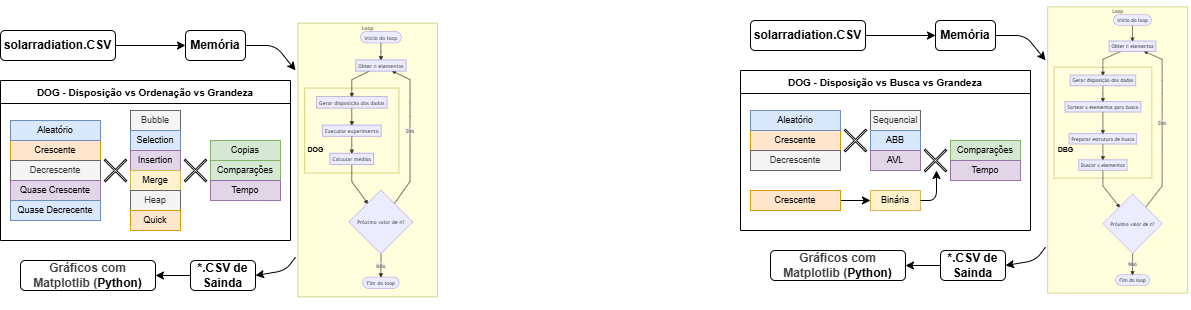
Above: fluxograma_metodologia.drawio.png in Marina-MS20/EDI-2026.1 (draw.io), before the change. Source tidied: cells renumbered, new cells last; positions are measured from the earlier drawing's top-left corner, leaving out a move shared by most shapes.
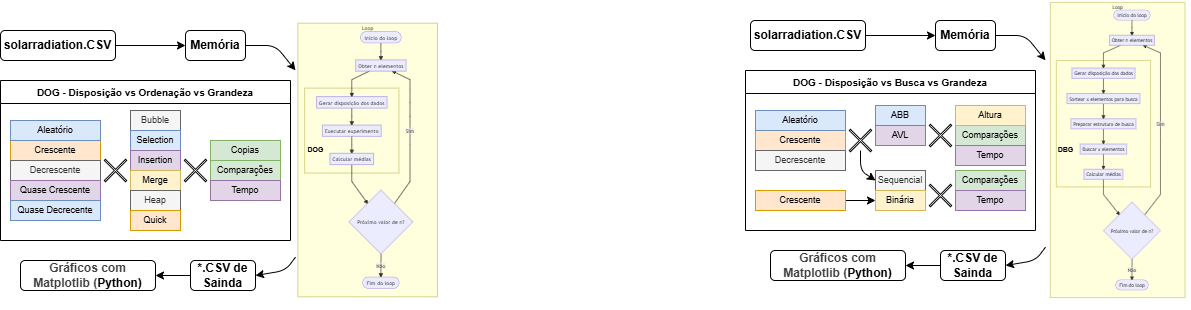
The same file after the commit.

Diff of the diagram source:
```diff
@@ -114,7 +114,7 @@
         </Array>
       </mxGeometry>
     </mxCell>
-    <mxCell id="34" value="flowchart TD&#10;&#10;subgraph Loop&#10;    direction TB&#10;&#10;    A([Início do loop]) --&gt; B[Obter n elementos]&#10;&#10;    subgraph .&#10;        direction LR&#10;        C[Gerar disposição dos dados]&#10;        --&gt; D[Sortear x elementos para busca]&#10;        --&gt; E[Preparar estrutura de busca]&#10;        --&gt; H[Buscar x elementos]&#10;    end&#10;&#10;    B --&gt; C&#10;&#10;    H --&gt; F{Próximo valor de n?}&#10;    F -- Sim --&gt; B&#10;    F -- Não --&gt; G([Fim do loop])&#10;&#10;end&#10;&#10;%% Definição do estilo de negrito&#10;style A font-weight:bold&#10;style B font-weight:bold&#10;style C font-weight:bold&#10;style D font-weight:bold&#10;style E font-weight:bold&#10;style H font-weight:bold&#10;style F font-weight:bold&#10;style G font-weight:bold" style="shadow=0;dashed=0;align=left;strokeWidth=1;shape=mxgraph.mermaid.abstract.mermaid;labelBackgroundColor=#ffffff;noLabel=1;theme=default;" parent="1" vertex="1">
+    <mxCell id="34" value="flowchart TD&#10;&#10;subgraph Loop&#10;    direction TB&#10;&#10;    A([Início do loop]) --&gt; B[Obter n elementos]&#10;&#10;    subgraph .&#10;        direction LR&#10;        C[Gerar disposição dos dados]&#10;        --&gt; D[Sortear x elementos para busca]&#10;        --&gt; E[Preparar estrutura de busca]&#10;        --&gt; H[Buscar x elementos]&#10;    H --&gt; I[Calcular médias]&#10;    end&#10;&#10;    B --&gt; C&#10;&#10;    I --&gt; F{Próximo valor de n?}&#10;&#10;    F -- Sim --&gt; B&#10;    F -- Não --&gt; G([Fim do loop])&#10;&#10;end&#10;&#10;%% Definição do estilo de negrito&#10;style A font-weight:bold&#10;style B font-weight:bold&#10;style C font-weight:bold&#10;style D font-weight:bold&#10;style E font-weight:bold&#10;style H font-weight:bold&#10;style I font-weight:bold&#10;style F font-weight:bold&#10;style G font-weight:bold" style="shadow=0;dashed=0;align=left;strokeWidth=1;shape=mxgraph.mermaid.abstract.mermaid;labelBackgroundColor=#ffffff;noLabel=1;theme=default;" parent="1" vertex="1">
       <mxGeometry x="1045" width="145" height="300" as="geometry" />
     </mxCell>
     <mxCell id="35" style="edgeStyle=none;html=1;entryX=1;entryY=0.5;entryDx=0;entryDy=0;" parent="1" edge="1" source="36" target="53">
@@ -124,16 +124,16 @@
       <mxGeometry x="940" y="250" width="65" height="30" as="geometry" />
     </mxCell>
     <mxCell id="37" value="&lt;span style=&quot;color: rgb(0, 0, 0);&quot;&gt;DOG - Disposição vs Busca&lt;/span&gt;&amp;nbsp;vs Grandeza" style="swimlane;whiteSpace=wrap;html=1;fontSize=10;" parent="1" vertex="1">
-      <mxGeometry x="740" y="70" width="290" height="160" as="geometry" />
+      <mxGeometry x="745" y="70" width="290" height="160" as="geometry" />
     </mxCell>
     <mxCell id="38" value="&lt;p&gt;Sequencial&lt;/p&gt;" style="rounded=0;whiteSpace=wrap;html=1;fillColor=#f5f5f5;fontColor=#333333;strokeColor=#666666;fontSize=9;" parent="37" vertex="1">
-      <mxGeometry x="130" y="40" width="50" height="20" as="geometry" />
+      <mxGeometry x="130" y="100" width="50" height="20" as="geometry" />
     </mxCell>
     <mxCell id="39" value="ABB" style="rounded=0;whiteSpace=wrap;html=1;fillColor=#dae8fc;strokeColor=#6c8ebf;fontSize=9;" parent="37" vertex="1">
-      <mxGeometry x="130" y="60" width="50" height="20" as="geometry" />
+      <mxGeometry x="130" y="35" width="50" height="20" as="geometry" />
     </mxCell>
     <mxCell id="40" value="AVL" style="rounded=0;whiteSpace=wrap;html=1;fillColor=#e1d5e7;strokeColor=#9673a6;fontSize=9;" parent="37" vertex="1">
-      <mxGeometry x="130" y="80" width="50" height="20" as="geometry" />
+      <mxGeometry x="130" y="55" width="50" height="20" as="geometry" />
     </mxCell>
     <mxCell id="41" value="&lt;p&gt;Binária&lt;/p&gt;" style="rounded=0;whiteSpace=wrap;html=1;fillColor=#fff2cc;strokeColor=#d6b656;fontSize=9;" parent="37" vertex="1">
       <mxGeometry x="130" y="120" width="50" height="20" as="geometry" />
@@ -151,28 +151,40 @@
       <mxGeometry x="10" y="40" width="90" height="20" as="geometry" />
     </mxCell>
     <mxCell id="46" value="&lt;p&gt;Comparações&lt;/p&gt;" style="rounded=0;whiteSpace=wrap;html=1;fillColor=#d5e8d4;strokeColor=#82b366;fontSize=9;" parent="37" vertex="1">
-      <mxGeometry x="210" y="70" width="70" height="20" as="geometry" />
+      <mxGeometry x="210" y="55" width="70" height="20" as="geometry" />
     </mxCell>
     <mxCell id="47" value="Tempo" style="rounded=0;whiteSpace=wrap;html=1;fillColor=#e1d5e7;strokeColor=#9673a6;fontSize=9;" parent="37" vertex="1">
-      <mxGeometry x="210" y="90" width="70" height="20" as="geometry" />
+      <mxGeometry x="210" y="75" width="70" height="20" as="geometry" />
     </mxCell>
-    <mxCell id="48" style="shape=cross;whiteSpace=wrap;html=1;rotation=45;size=0.056567884843525464;" parent="37" vertex="1">
-      <mxGeometry x="180" y="75" width="30" height="30" as="geometry" />
-    </mxCell>
     <mxCell id="49" style="edgeStyle=none;html=1;" parent="37" edge="1" source="50" target="41">
       <mxGeometry relative="1" as="geometry" />
     </mxCell>
     <mxCell id="50" value="&lt;p&gt;Crescente&lt;/p&gt;" style="rounded=0;whiteSpace=wrap;html=1;fillColor=#ffe6cc;strokeColor=#d79b00;fontSize=9;" parent="37" vertex="1">
       <mxGeometry x="10" y="120" width="90" height="20" as="geometry" />
     </mxCell>
-    <mxCell id="51" style="edgeStyle=none;html=1;" parent="37" edge="1" source="41">
-      <mxGeometry relative="1" as="geometry">
-        <mxPoint x="196" y="100" as="targetPoint" />
-        <Array as="points">
-          <mxPoint x="196" y="130" />
-        </Array>
-      </mxGeometry>
-    </mxCell>
+    <mxCell id="54" value="&lt;p&gt;Altura&lt;/p&gt;" style="rounded=0;whiteSpace=wrap;html=1;fillColor=#fff2cc;strokeColor=#d6b656;fontSize=9;" parent="37" vertex="1">
+      <mxGeometry x="210" y="35" width="70" height="20" as="geometry" />
+    </mxCell>
+    <mxCell id="55" style="edgeStyle=none;html=1;entryX=0;entryY=0.5;entryDx=0;entryDy=0;" parent="37" edge="1" target="38">
+      <mxGeometry relative="1" as="geometry">
+        <mxPoint x="115" y="80" as="sourcePoint" />
+        <Array as="points">
+          <mxPoint x="115" y="100" />
+        </Array>
+      </mxGeometry>
+    </mxCell>
+    <mxCell id="56" value="&lt;p&gt;Comparações&lt;/p&gt;" style="rounded=0;whiteSpace=wrap;html=1;fillColor=#d5e8d4;strokeColor=#82b366;fontSize=9;" parent="37" vertex="1">
+      <mxGeometry x="210" y="100" width="70" height="20" as="geometry" />
+    </mxCell>
+    <mxCell id="57" value="Tempo" style="rounded=0;whiteSpace=wrap;html=1;fillColor=#e1d5e7;strokeColor=#9673a6;fontSize=9;" parent="37" vertex="1">
+      <mxGeometry x="210" y="120" width="70" height="20" as="geometry" />
+    </mxCell>
+    <mxCell id="58" style="shape=cross;whiteSpace=wrap;html=1;rotation=45;size=0.056567884843525464;" parent="37" vertex="1">
+      <mxGeometry x="180" y="110" width="30" height="30" as="geometry" />
+    </mxCell>
+    <mxCell id="59" style="shape=cross;whiteSpace=wrap;html=1;rotation=45;size=0.056567884843525464;" parent="37" vertex="1">
+      <mxGeometry x="180" y="50" width="30" height="30" as="geometry" />
+    </mxCell>
     <mxCell id="52" value="DBG" style="text;html=1;align=center;verticalAlign=middle;strokeColor=none;fillColor=none;fontSize=7;fontStyle=1;" parent="1" vertex="1">
       <mxGeometry x="1045" y="140" width="40" height="20" as="geometry" />
     </mxCell>
```
